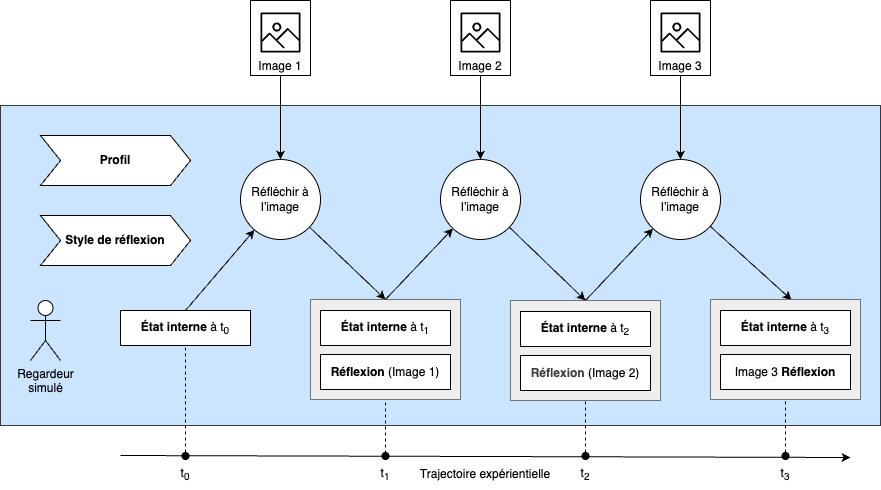
Above: docs/stateful-viewing-process.fr.png in fredericbenard/stateful-viewers (draw.io), before the change. Source tidied: cells renumbered, new cells last; positions are measured from the earlier drawing's top-left corner, leaving out a move shared by most shapes. Its diagram source:
```xml
<mxGraphModel>
  <root>
    <mxCell id="0" />
    <mxCell id="1" parent="0" />
    <mxCell id="2" style="rounded=0;whiteSpace=wrap;html=1;fillColor=#cce5ff;strokeColor=#36393d;" parent="1" vertex="1">
      <mxGeometry y="105" width="880" height="320" as="geometry" />
    </mxCell>
    <mxCell id="3" style="rounded=0;whiteSpace=wrap;html=1;strokeWidth=0.5;fillStyle=auto;fillColor=#eeeeee;strokeColor=#36393d;" parent="1" vertex="1">
      <mxGeometry x="310" y="299" width="150" height="100" as="geometry" />
    </mxCell>
    <mxCell id="4" value="&lt;b&gt;État interne&lt;/b&gt; à t&lt;sub&gt;0&lt;/sub&gt;" style="rounded=0;whiteSpace=wrap;html=1;" parent="1" vertex="1">
      <mxGeometry x="120" y="310" width="130" height="35" as="geometry" />
    </mxCell>
    <mxCell id="5" value="&lt;font&gt;&lt;span style=&quot;color: rgb(0, 0, 0);&quot;&gt;&lt;b&gt;État interne&lt;/b&gt;&lt;/span&gt;&amp;nbsp;à t&lt;sub&gt;1&lt;/sub&gt;&lt;/font&gt;" style="rounded=0;whiteSpace=wrap;html=1;" parent="1" vertex="1">
      <mxGeometry x="320" y="310" width="130" height="35" as="geometry" />
    </mxCell>
    <mxCell id="6" value="Regardeur&lt;br&gt;simulé" style="shape=umlActor;verticalLabelPosition=bottom;verticalAlign=top;html=1;" parent="1" vertex="1">
      <mxGeometry x="30" y="300" width="30" height="60" as="geometry" />
    </mxCell>
    <mxCell id="7" value="Imag&lt;span style=&quot;color: rgba(0, 0, 0, 0); font-family: monospace; font-size: 0px;&quot;&gt;%3CmxGraphModel%3E%3Croot%3E%3CmxCell%20id%3D%220%22%2F%3E%3CmxCell%20id%3D%221%22%20parent%3D%220%22%2F%3E%3CmxCell%20id%3D%222%22%20value%3D%22Profile%22%20style%3D%22rounded%3D0%3BwhiteSpace%3Dwrap%3Bhtml%3D1%3B%22%20vertex%3D%221%22%20parent%3D%221%22%3E%3CmxGeometry%20x%3D%2290%22%20y%3D%22260%22%20width%3D%22120%22%20height%3D%2260%22%20as%3D%22geometry%22%2F%3E%3C%2FmxCell%3E%3C%2Froot%3E%3C%2FmxGraphModel%3E&lt;/span&gt;e 1&lt;span style=&quot;color: rgba(0, 0, 0, 0); font-family: monospace; font-size: 0px;&quot;&gt;%3CmxGraphModel%3E%3Croot%3E%3CmxCell%20id%3D%220%22%2F%3E%3CmxCell%20id%3D%221%22%20parent%3D%220%22%2F%3E%3CmxCell%20id%3D%222%22%20value%3D%22Profile%22%20style%3D%22rounded%3D0%3BwhiteSpace%3Dwrap%3Bhtml%3D1%3B%22%20vertex%3D%221%22%20parent%3D%221%22%3E%3CmxGeometry%20x%3D%2290%22%20y%3D%22260%22%20width%3D%22120%22%20height%3D%2260%22%20as%3D%22geometry%22%2F%3E%3C%2FmxCell%3E%3C%2Froot%3E%3C%2FmxGraphModel%3E&lt;/span&gt;" style="rounded=0;whiteSpace=wrap;html=1;align=center;verticalAlign=bottom;" parent="1" vertex="1">
      <mxGeometry x="250" width="60" height="75" as="geometry" />
    </mxCell>
    <mxCell id="8" style="endArrow=classic;html=1;exitX=0.5;exitY=1;exitDx=0;exitDy=0;" parent="1" edge="1" source="7" target="10">
      <mxGeometry relative="1" as="geometry" />
    </mxCell>
    <mxCell id="9" style="endArrow=classic;html=1;exitX=0.5;exitY=0;exitDx=0;exitDy=0;" parent="1" edge="1" source="4" target="10">
      <mxGeometry relative="1" as="geometry" />
    </mxCell>
    <mxCell id="10" value="Réfléchir à l’image" style="ellipse;whiteSpace=wrap;html=1;" parent="1" vertex="1">
      <mxGeometry x="240" y="159" width="80" height="80" as="geometry" />
    </mxCell>
    <mxCell id="11" style="endArrow=classic;html=1;entryX=0.5;entryY=0;entryDx=0;entryDy=0;" parent="1" edge="1" source="10" target="3">
      <mxGeometry relative="1" as="geometry" />
    </mxCell>
    <mxCell id="12" value="&lt;span style=&quot;color: rgb(0, 0, 0);&quot;&gt;Réfléchir à l’image&lt;/span&gt;" style="ellipse;whiteSpace=wrap;html=1;" parent="1" vertex="1">
      <mxGeometry x="440" y="159" width="80" height="80" as="geometry" />
    </mxCell>
    <mxCell id="13" style="endArrow=classic;html=1;entryX=0.5;entryY=0;entryDx=0;entryDy=0;" parent="1" edge="1" source="12" target="37">
      <mxGeometry relative="1" as="geometry" />
    </mxCell>
    <mxCell id="14" style="endArrow=classic;html=1;exitX=0.5;exitY=1;exitDx=0;exitDy=0;" parent="1" edge="1" source="44" target="12">
      <mxGeometry relative="1" as="geometry" />
    </mxCell>
    <mxCell id="15" style="endArrow=classic;html=1;exitX=0.5;exitY=0;exitDx=0;exitDy=0;" parent="1" edge="1" source="3" target="12">
      <mxGeometry relative="1" as="geometry" />
    </mxCell>
    <mxCell id="16" value="&lt;span style=&quot;color: rgb(0, 0, 0);&quot;&gt;Réfléchir à l’image&lt;/span&gt;" style="ellipse;whiteSpace=wrap;html=1;" parent="1" vertex="1">
      <mxGeometry x="640" y="159" width="80" height="80" as="geometry" />
    </mxCell>
    <mxCell id="17" style="endArrow=classic;html=1;entryX=0.541;entryY=0.005;entryDx=0;entryDy=0;entryPerimeter=0;" parent="1" edge="1" source="16" target="40">
      <mxGeometry relative="1" as="geometry" />
    </mxCell>
    <mxCell id="18" style="endArrow=classic;html=1;exitX=0.5;exitY=1;exitDx=0;exitDy=0;" parent="1" edge="1" source="46" target="16">
      <mxGeometry relative="1" as="geometry" />
    </mxCell>
    <mxCell id="19" style="endArrow=classic;html=1;exitX=0.5;exitY=0;exitDx=0;exitDy=0;" parent="1" edge="1" source="37" target="16">
      <mxGeometry relative="1" as="geometry" />
    </mxCell>
    <mxCell id="20" value="&lt;b&gt;Profil&lt;/b&gt;" style="shape=step;perimeter=stepPerimeter;whiteSpace=wrap;html=1;fixedSize=1;" parent="1" vertex="1">
      <mxGeometry x="40" y="135" width="150" height="50" as="geometry" />
    </mxCell>
    <mxCell id="21" value="&lt;b&gt;Style de réflexion&lt;/b&gt;" style="shape=step;perimeter=stepPerimeter;whiteSpace=wrap;html=1;fixedSize=1;" parent="1" vertex="1">
      <mxGeometry x="40" y="215" width="150" height="50" as="geometry" />
    </mxCell>
    <mxCell id="22" style="endArrow=none;html=1;endFill=0;startArrow=classic;startFill=1;" parent="1" edge="1">
      <mxGeometry relative="1" as="geometry">
        <mxPoint x="850" y="457" as="sourcePoint" />
        <mxPoint x="120" y="455" as="targetPoint" />
      </mxGeometry>
    </mxCell>
    <mxCell id="23" style="ellipse;whiteSpace=wrap;html=1;fillColor=#000000;" parent="1" vertex="1">
      <mxGeometry x="181.5" y="452" width="7" height="7" as="geometry" />
    </mxCell>
    <mxCell id="24" value="t&lt;sub&gt;0&lt;/sub&gt;" style="text;html=1;align=center;verticalAlign=middle;whiteSpace=wrap;rounded=0;" parent="1" vertex="1">
      <mxGeometry x="155" y="459" width="60" height="30" as="geometry" />
    </mxCell>
    <mxCell id="25" style="ellipse;whiteSpace=wrap;html=1;fillColor=#000000;" parent="1" vertex="1">
      <mxGeometry x="381.5" y="452" width="7" height="7" as="geometry" />
    </mxCell>
    <mxCell id="26" style="ellipse;whiteSpace=wrap;html=1;fillColor=#000000;" parent="1" vertex="1">
      <mxGeometry x="581.5" y="452" width="7" height="7" as="geometry" />
    </mxCell>
    <mxCell id="27" style="ellipse;whiteSpace=wrap;html=1;fillColor=#000000;" parent="1" vertex="1">
      <mxGeometry x="781.5" y="452" width="7" height="7" as="geometry" />
    </mxCell>
    <mxCell id="28" value="t&lt;sub&gt;1&lt;/sub&gt;" style="text;html=1;align=center;verticalAlign=middle;whiteSpace=wrap;rounded=0;" parent="1" vertex="1">
      <mxGeometry x="355" y="459" width="60" height="30" as="geometry" />
    </mxCell>
    <mxCell id="29" value="t&lt;sub&gt;2&lt;/sub&gt;" style="text;html=1;align=center;verticalAlign=middle;whiteSpace=wrap;rounded=0;" parent="1" vertex="1">
      <mxGeometry x="555" y="459" width="60" height="30" as="geometry" />
    </mxCell>
    <mxCell id="30" value="t&lt;sub&gt;3&lt;/sub&gt;" style="text;html=1;align=center;verticalAlign=middle;whiteSpace=wrap;rounded=0;" parent="1" vertex="1">
      <mxGeometry x="755" y="459" width="60" height="30" as="geometry" />
    </mxCell>
    <mxCell id="31" value="Trajectoire expérientielle" style="text;html=1;align=center;verticalAlign=middle;whiteSpace=wrap;rounded=0;" parent="1" vertex="1">
      <mxGeometry x="415" y="459" width="140" height="30" as="geometry" />
    </mxCell>
    <mxCell id="32" style="endArrow=none;dashed=1;html=1;entryX=0.5;entryY=1;entryDx=0;entryDy=0;exitX=0.5;exitY=0;exitDx=0;exitDy=0;" parent="1" edge="1" source="23" target="4">
      <mxGeometry relative="1" as="geometry" />
    </mxCell>
    <mxCell id="33" style="endArrow=none;dashed=1;html=1;entryX=0.5;entryY=1;entryDx=0;entryDy=0;exitX=0.5;exitY=1;exitDx=0;exitDy=0;" parent="1" edge="1" source="25" target="3">
      <mxGeometry relative="1" as="geometry" />
    </mxCell>
    <mxCell id="34" style="endArrow=none;dashed=1;html=1;entryX=0.5;entryY=1;entryDx=0;entryDy=0;exitX=0.5;exitY=0;exitDx=0;exitDy=0;" parent="1" edge="1" source="26">
      <mxGeometry relative="1" as="geometry">
        <mxPoint x="585" y="345" as="targetPoint" />
      </mxGeometry>
    </mxCell>
    <mxCell id="35" style="endArrow=none;dashed=1;html=1;entryX=0.5;entryY=1;entryDx=0;entryDy=0;exitX=0.5;exitY=0;exitDx=0;exitDy=0;" parent="1" edge="1" source="27">
      <mxGeometry relative="1" as="geometry">
        <mxPoint x="785" y="345" as="targetPoint" />
      </mxGeometry>
    </mxCell>
    <mxCell id="36" value="&lt;b&gt;Réflexion&lt;/b&gt;&lt;span style=&quot;color: rgb(0, 0, 0);&quot;&gt;&amp;nbsp;(Image 1)&lt;/span&gt;" style="rounded=0;whiteSpace=wrap;html=1;" parent="1" vertex="1">
      <mxGeometry x="320" y="354" width="130" height="35" as="geometry" />
    </mxCell>
    <mxCell id="37" style="rounded=0;whiteSpace=wrap;html=1;fillColor=#eeeeee;strokeWidth=0.5;fillStyle=auto;strokeColor=#36393d;" parent="1" vertex="1">
      <mxGeometry x="510" y="300" width="150" height="100" as="geometry" />
    </mxCell>
    <mxCell id="38" value="&lt;font&gt;&lt;span style=&quot;color: rgb(0, 0, 0);&quot;&gt;&lt;b&gt;État interne&lt;/b&gt;&lt;/span&gt;&amp;nbsp;à t&lt;sub&gt;2&lt;/sub&gt;&lt;/font&gt;" style="rounded=0;whiteSpace=wrap;html=1;" parent="1" vertex="1">
      <mxGeometry x="520" y="311" width="130" height="35" as="geometry" />
    </mxCell>
    <mxCell id="39" value="&lt;b style=&quot;color: rgb(63, 63, 63); scrollbar-color: rgb(226, 226, 226) rgb(251, 251, 251);&quot;&gt;Réflexion&lt;/b&gt;&lt;span style=&quot;scrollbar-color: rgb(226, 226, 226) rgb(251, 251, 251); color: rgb(0, 0, 0);&quot;&gt;&amp;nbsp;(Image 2)&lt;/span&gt;" style="rounded=0;whiteSpace=wrap;html=1;" parent="1" vertex="1">
      <mxGeometry x="520" y="355" width="130" height="35" as="geometry" />
    </mxCell>
    <mxCell id="40" style="rounded=0;whiteSpace=wrap;html=1;fillColor=#eeeeee;strokeWidth=0.5;fillStyle=auto;strokeColor=#36393d;" parent="1" vertex="1">
      <mxGeometry x="710" y="299" width="150" height="100" as="geometry" />
    </mxCell>
    <mxCell id="41" value="&lt;font&gt;&lt;span style=&quot;color: rgb(0, 0, 0);&quot;&gt;&lt;b&gt;État interne&lt;/b&gt;&lt;/span&gt;&amp;nbsp;à t&lt;sub&gt;3&lt;/sub&gt;&lt;/font&gt;" style="rounded=0;whiteSpace=wrap;html=1;" parent="1" vertex="1">
      <mxGeometry x="720" y="310" width="130" height="35" as="geometry" />
    </mxCell>
    <mxCell id="42" value="Image 3&amp;nbsp;&lt;b&gt;Réflexion&lt;/b&gt;" style="rounded=0;whiteSpace=wrap;html=1;" parent="1" vertex="1">
      <mxGeometry x="720" y="354" width="130" height="35" as="geometry" />
    </mxCell>
    <mxCell id="43" style="sketch=0;fontColor=#232F3E;gradientColor=none;fillColor=#000000;strokeColor=none;dashed=0;verticalLabelPosition=bottom;verticalAlign=top;align=center;html=1;fontSize=12;fontStyle=0;shape=mxgraph.aws4.container_registry_image;" parent="1" vertex="1">
      <mxGeometry x="260" y="12" width="40" height="40" as="geometry" />
    </mxCell>
    <mxCell id="44" value="Imag&lt;span style=&quot;color: rgba(0, 0, 0, 0); font-family: monospace; font-size: 0px;&quot;&gt;%3CmxGraphModel%3E%3Croot%3E%3CmxCell%20id%3D%220%22%2F%3E%3CmxCell%20id%3D%221%22%20parent%3D%220%22%2F%3E%3CmxCell%20id%3D%222%22%20value%3D%22Profile%22%20style%3D%22rounded%3D0%3BwhiteSpace%3Dwrap%3Bhtml%3D1%3B%22%20vertex%3D%221%22%20parent%3D%221%22%3E%3CmxGeometry%20x%3D%2290%22%20y%3D%22260%22%20width%3D%22120%22%20height%3D%2260%22%20as%3D%22geometry%22%2F%3E%3C%2FmxCell%3E%3C%2Froot%3E%3C%2FmxGraphModel%3E&lt;/span&gt;e 2&lt;span style=&quot;color: rgba(0, 0, 0, 0); font-family: monospace; font-size: 0px;&quot;&gt;%3CmxGraphModel%3E%3Croot%3E%3CmxCell%20id%3D%220%22%2F%3E%3CmxCell%20id%3D%221%22%20parent%3D%220%22%2F%3E%3CmxCell%20id%3D%222%22%20value%3D%22Profile%22%20style%3D%22rounded%3D0%3BwhiteSpace%3Dwrap%3Bhtml%3D1%3B%22%20vertex%3D%221%22%20parent%3D%221%22%3E%3CmxGeometry%20x%3D%2290%22%20y%3D%22260%22%20width%3D%22120%22%20height%3D%2260%22%20as%3D%22geometry%22%2F%3E%3C%2FmxCell%3E%3C%2Froot%3E%3C%2FmxGraphModel%3E&lt;/span&gt;" style="rounded=0;whiteSpace=wrap;html=1;align=center;verticalAlign=bottom;" parent="1" vertex="1">
      <mxGeometry x="450" width="60" height="75" as="geometry" />
    </mxCell>
    <mxCell id="45" style="sketch=0;fontColor=#232F3E;gradientColor=none;fillColor=#000000;strokeColor=none;dashed=0;verticalLabelPosition=bottom;verticalAlign=top;align=center;html=1;fontSize=12;fontStyle=0;shape=mxgraph.aws4.container_registry_image;" parent="1" vertex="1">
      <mxGeometry x="460" y="12" width="40" height="40" as="geometry" />
    </mxCell>
    <mxCell id="46" value="Imag&lt;span style=&quot;color: rgba(0, 0, 0, 0); font-family: monospace; font-size: 0px;&quot;&gt;%3CmxGraphModel%3E%3Croot%3E%3CmxCell%20id%3D%220%22%2F%3E%3CmxCell%20id%3D%221%22%20parent%3D%220%22%2F%3E%3CmxCell%20id%3D%222%22%20value%3D%22Profile%22%20style%3D%22rounded%3D0%3BwhiteSpace%3Dwrap%3Bhtml%3D1%3B%22%20vertex%3D%221%22%20parent%3D%221%22%3E%3CmxGeometry%20x%3D%2290%22%20y%3D%22260%22%20width%3D%22120%22%20height%3D%2260%22%20as%3D%22geometry%22%2F%3E%3C%2FmxCell%3E%3C%2Froot%3E%3C%2FmxGraphModel%3E&lt;/span&gt;e 3&lt;span style=&quot;color: rgba(0, 0, 0, 0); font-family: monospace; font-size: 0px;&quot;&gt;%3CmxGraphModel%3E%3Croot%3E%3CmxCell%20id%3D%220%22%2F%3E%3CmxCell%20id%3D%221%22%20parent%3D%220%22%2F%3E%3CmxCell%20id%3D%222%22%20value%3D%22Profile%22%20style%3D%22rounded%3D0%3BwhiteSpace%3Dwrap%3Bhtml%3D1%3B%22%20vertex%3D%221%22%20parent%3D%221%22%3E%3CmxGeometry%20x%3D%2290%22%20y%3D%22260%22%20width%3D%22120%22%20height%3D%2260%22%20as%3D%22geometry%22%2F%3E%3C%2FmxCell%3E%3C%2Froot%3E%3C%2FmxGraphModel%3E&lt;/span&gt;" style="rounded=0;whiteSpace=wrap;html=1;align=center;verticalAlign=bottom;" parent="1" vertex="1">
      <mxGeometry x="650" width="60" height="75" as="geometry" />
    </mxCell>
    <mxCell id="47" style="sketch=0;fontColor=#232F3E;gradientColor=none;fillColor=#000000;strokeColor=none;dashed=0;verticalLabelPosition=bottom;verticalAlign=top;align=center;html=1;fontSize=12;fontStyle=0;shape=mxgraph.aws4.container_registry_image;" parent="1" vertex="1">
      <mxGeometry x="660" y="12" width="40" height="40" as="geometry" />
    </mxCell>
  </root>
</mxGraphModel>
```
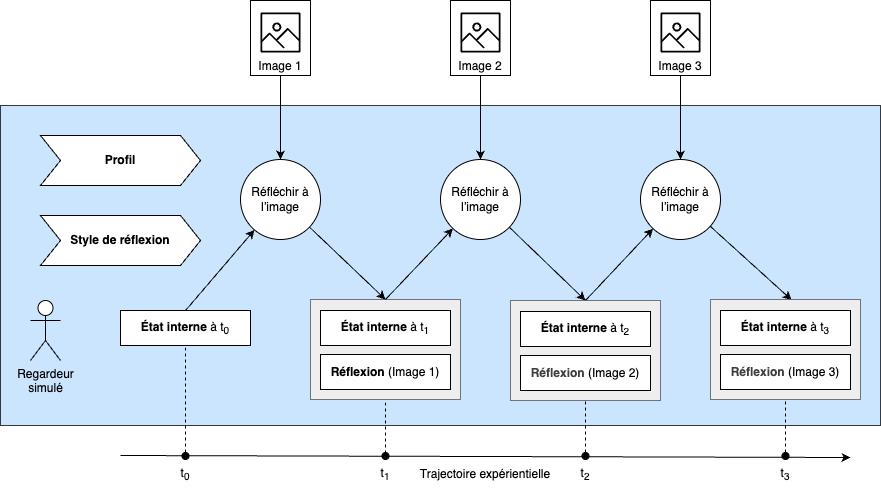
Above is the later version.

The edit, as a diff of the source:
```diff
@@ -57,10 +57,10 @@
       <mxGeometry relative="1" as="geometry" />
     </mxCell>
     <mxCell id="20" value="&lt;b&gt;Profil&lt;/b&gt;" style="shape=step;perimeter=stepPerimeter;whiteSpace=wrap;html=1;fixedSize=1;" parent="1" vertex="1">
-      <mxGeometry x="40" y="135" width="150" height="50" as="geometry" />
+      <mxGeometry x="40" y="135" width="160" height="50" as="geometry" />
     </mxCell>
     <mxCell id="21" value="&lt;b&gt;Style de réflexion&lt;/b&gt;" style="shape=step;perimeter=stepPerimeter;whiteSpace=wrap;html=1;fixedSize=1;" parent="1" vertex="1">
-      <mxGeometry x="40" y="215" width="150" height="50" as="geometry" />
+      <mxGeometry x="40" y="215" width="160" height="50" as="geometry" />
     </mxCell>
     <mxCell id="22" style="endArrow=none;html=1;endFill=0;startArrow=classic;startFill=1;" parent="1" edge="1">
       <mxGeometry relative="1" as="geometry">
@@ -129,7 +129,7 @@
     <mxCell id="41" value="&lt;font&gt;&lt;span style=&quot;color: rgb(0, 0, 0);&quot;&gt;&lt;b&gt;État interne&lt;/b&gt;&lt;/span&gt;&amp;nbsp;à t&lt;sub&gt;3&lt;/sub&gt;&lt;/font&gt;" style="rounded=0;whiteSpace=wrap;html=1;" parent="1" vertex="1">
       <mxGeometry x="720" y="310" width="130" height="35" as="geometry" />
     </mxCell>
-    <mxCell id="42" value="Image 3&amp;nbsp;&lt;b&gt;Réflexion&lt;/b&gt;" style="rounded=0;whiteSpace=wrap;html=1;" parent="1" vertex="1">
+    <mxCell id="42" value="&lt;b style=&quot;color: rgb(63, 63, 63); scrollbar-color: rgb(226, 226, 226) rgb(251, 251, 251);&quot;&gt;Réflexion&lt;/b&gt;&lt;span style=&quot;scrollbar-color: rgb(226, 226, 226) rgb(251, 251, 251); color: rgb(0, 0, 0);&quot;&gt;&amp;nbsp;(Image 3)&lt;/span&gt;" style="rounded=0;whiteSpace=wrap;html=1;" parent="1" vertex="1">
       <mxGeometry x="720" y="354" width="130" height="35" as="geometry" />
     </mxCell>
     <mxCell id="43" style="sketch=0;fontColor=#232F3E;gradientColor=none;fillColor=#000000;strokeColor=none;dashed=0;verticalLabelPosition=bottom;verticalAlign=top;align=center;html=1;fontSize=12;fontStyle=0;shape=mxgraph.aws4.container_registry_image;" parent="1" vertex="1">
```
